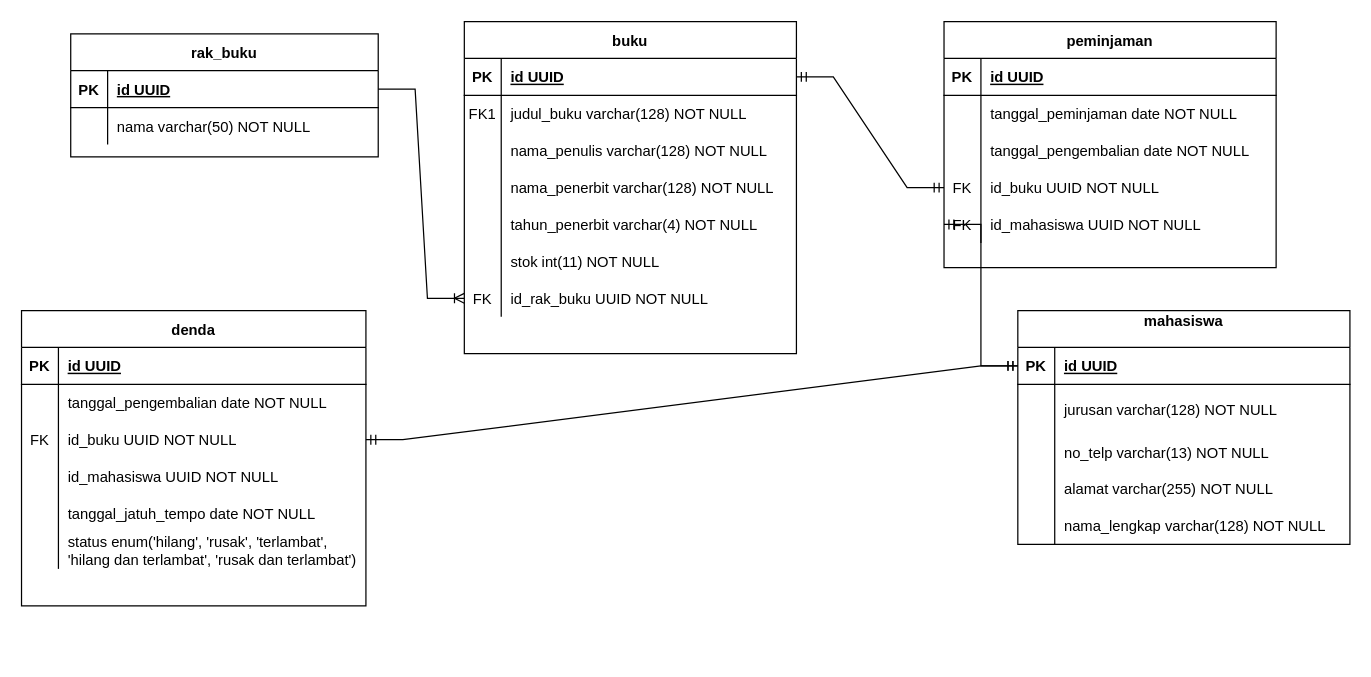
lukmanharun1/perpustakaan keeps this draw.io diagram as erd/perpustakaan.drawio. Above is the earlier version. Source tidied: cells renumbered, new cells numbered last; positions are measured from the earlier drawing's top-left corner, leaving out a move shared by most shapes. Both pictures are drawn from the tidied source at 123%, with x=0, y=0 at pixel (21, 21).
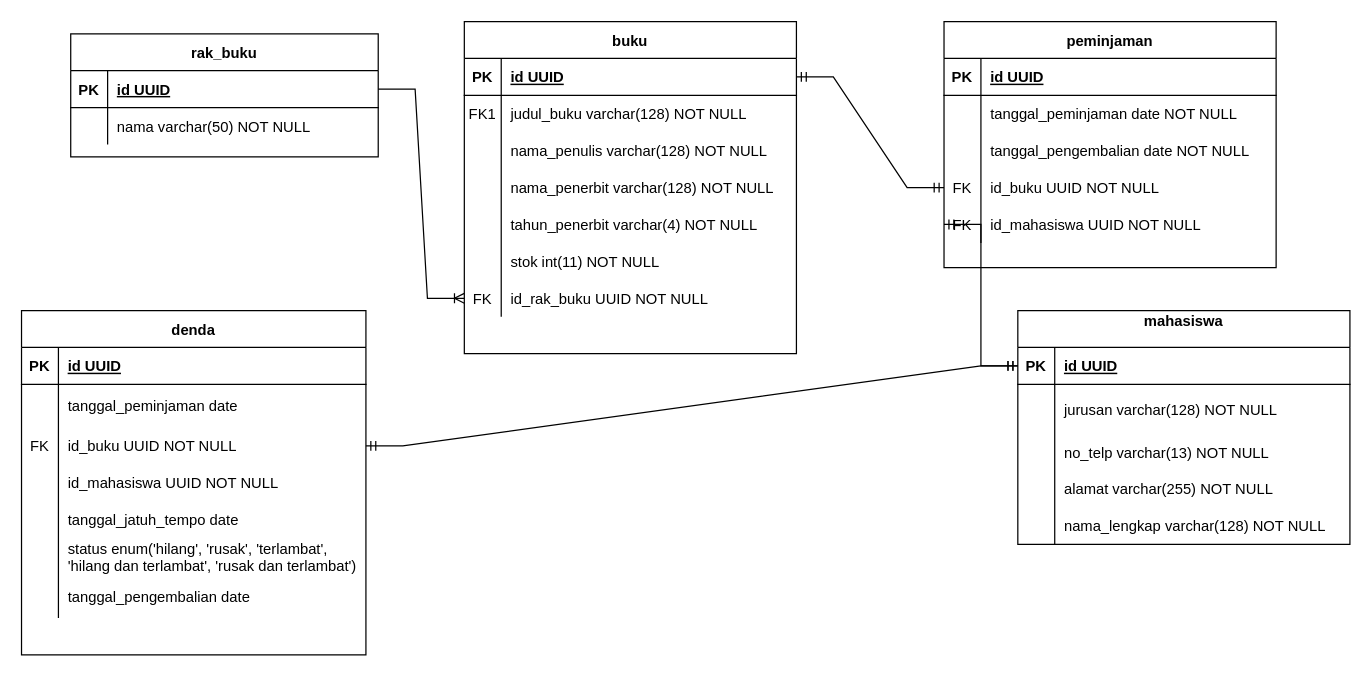
The same page after the edit.

Commit message (it also covers changes not shown here):
menambahkan field tanggal_peminjaman di table denda

Change to the diagram source:
```diff
@@
     <mxCell id="64" value="denda" style="shape=table;startSize=30;childLayout=tableLayout;rowLines=0;fontStyle=1;align=center;" parent="1" vertex="1">
-      <mxGeometry y="235" width="280" height="240" as="geometry" />
+      <mxGeometry y="235" width="280" height="280" as="geometry" />
     </mxCell>
@@
     <mxCell id="68" style="shape=partialRectangle;fillColor=none;top=0;left=0;right=0;bottom=0;" parent="64" vertex="1">
-      <mxGeometry y="60" width="280" height="30" as="geometry" />
+      <mxGeometry y="60" width="280" height="35" as="geometry" />
     </mxCell>
     <mxCell id="69" style="shape=partialRectangle;overflow=hidden;fillColor=none;top=0;left=0;bottom=0;right=0;" parent="68" vertex="1">
-      <mxGeometry width="30" height="30" as="geometry" />
+      <mxGeometry width="30" height="35" as="geometry" />
     </mxCell>
-    <mxCell id="70" value="tanggal_pengembalian date NOT NULL" style="shape=partialRectangle;overflow=hidden;fillColor=none;top=0;left=0;bottom=0;right=0;align=left;spacingLeft=6;" parent="68" vertex="1">
-      <mxGeometry x="30" width="250" height="30" as="geometry" />
+    <mxCell id="70" value="tanggal_peminjaman date" style="shape=partialRectangle;overflow=hidden;fillColor=none;top=0;left=0;bottom=0;right=0;align=left;spacingLeft=6;html=1;" parent="68" vertex="1">
+      <mxGeometry x="30" width="250" height="35" as="geometry" />
     </mxCell>
     <mxCell id="71" style="shape=partialRectangle;fillColor=none;points=[[0,0.5],[1,0.5]];portConstraint=eastwest;top=0;left=0;right=0;bottom=0;" parent="64" vertex="1">
-      <mxGeometry y="90" width="280" height="30" as="geometry" />
+      <mxGeometry y="95" width="280" height="30" as="geometry" />
     </mxCell>
@@
     <mxCell id="74" style="shape=partialRectangle;fillColor=none;top=0;left=0;right=0;bottom=0;" parent="64" vertex="1">
-      <mxGeometry y="120" width="280" height="30" as="geometry" />
+      <mxGeometry y="125" width="280" height="30" as="geometry" />
     </mxCell>
@@
     <mxCell id="77" style="shape=partialRectangle;fillColor=none;top=0;left=0;right=0;bottom=0;" parent="64" vertex="1">
-      <mxGeometry y="150" width="280" height="30" as="geometry" />
+      <mxGeometry y="155" width="280" height="30" as="geometry" />
     </mxCell>
@@
-    <mxCell id="79" value="tanggal_jatuh_tempo date NOT NULL" style="shape=partialRectangle;overflow=hidden;fillColor=none;top=0;left=0;bottom=0;right=0;align=left;spacingLeft=6;" parent="77" vertex="1">
+    <mxCell id="79" value="tanggal_jatuh_tempo date" style="shape=partialRectangle;overflow=hidden;fillColor=none;top=0;left=0;bottom=0;right=0;align=left;spacingLeft=6;" parent="77" vertex="1">
       <mxGeometry x="30" width="250" height="30" as="geometry" />
     </mxCell>
     <mxCell id="80" style="shape=partialRectangle;fillColor=none;top=0;left=0;right=0;bottom=0;" parent="64" vertex="1">
-      <mxGeometry y="180" width="280" height="30" as="geometry" />
+      <mxGeometry y="185" width="280" height="30" as="geometry" />
     </mxCell>
@@
+    <mxCell id="86" style="shape=partialRectangle;fillColor=none;top=0;left=0;right=0;bottom=0;" parent="64" vertex="1">
+      <mxGeometry y="215" width="280" height="35" as="geometry" />
+    </mxCell>
+    <mxCell id="87" style="shape=partialRectangle;overflow=hidden;fillColor=none;top=0;left=0;bottom=0;right=0;" parent="86" vertex="1">
+      <mxGeometry width="30" height="35" as="geometry" />
+    </mxCell>
+    <mxCell id="88" value="tanggal_pengembalian date" style="shape=partialRectangle;overflow=hidden;fillColor=none;top=0;left=0;bottom=0;right=0;align=left;spacingLeft=6;" parent="86" vertex="1">
+      <mxGeometry x="30" width="250" height="35" as="geometry" />
+    </mxCell>
```
